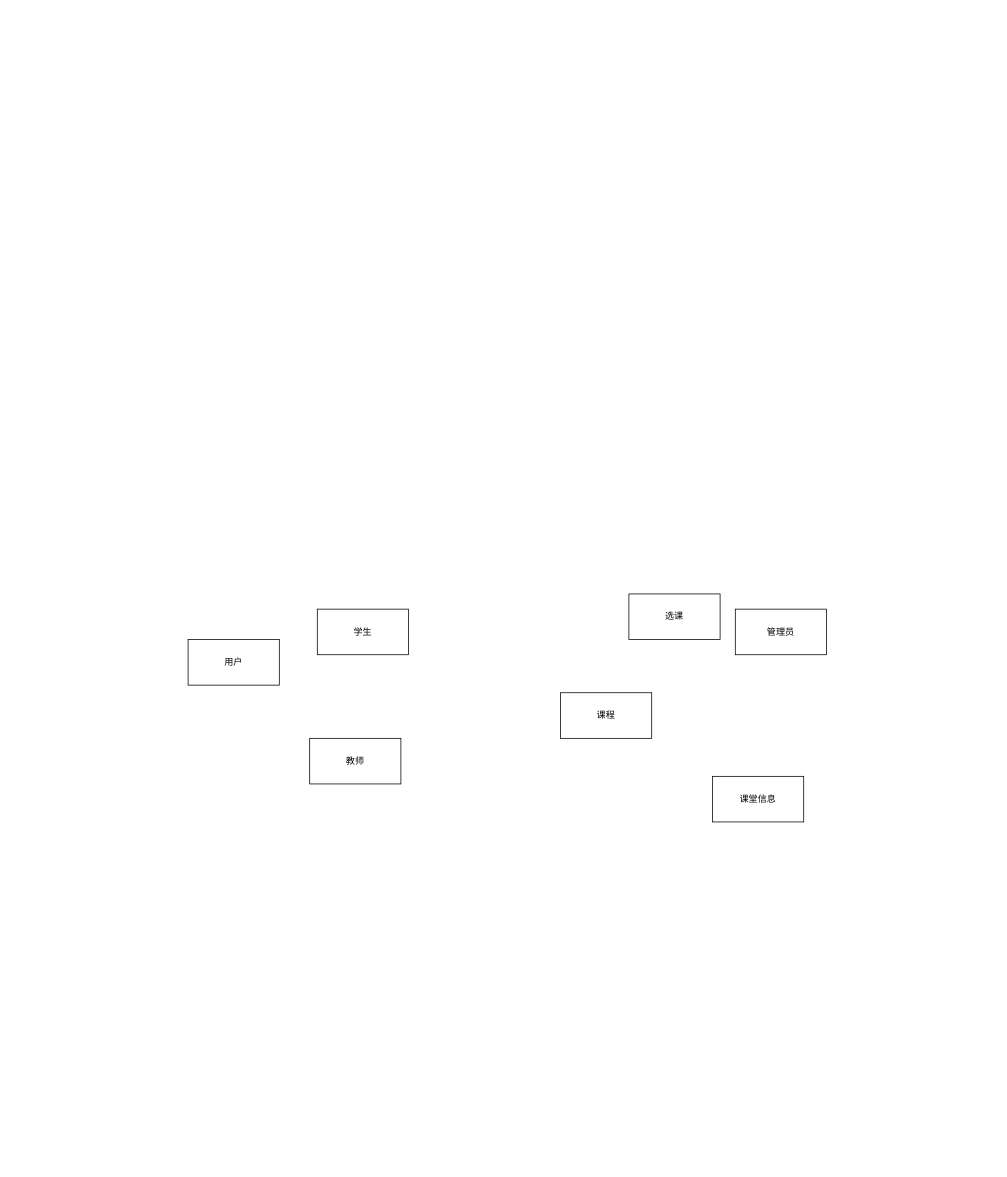
The draw.io diagram moker.drawio in woshilaixuex/moker, before the edit. Source tidied: cells renumbered, new cells numbered last; positions are measured from the earlier drawing's top-left corner, leaving out a move shared by most shapes. Both pictures are drawn from the tidied source at 76%, with x=0, y=0 at pixel (188, 594).
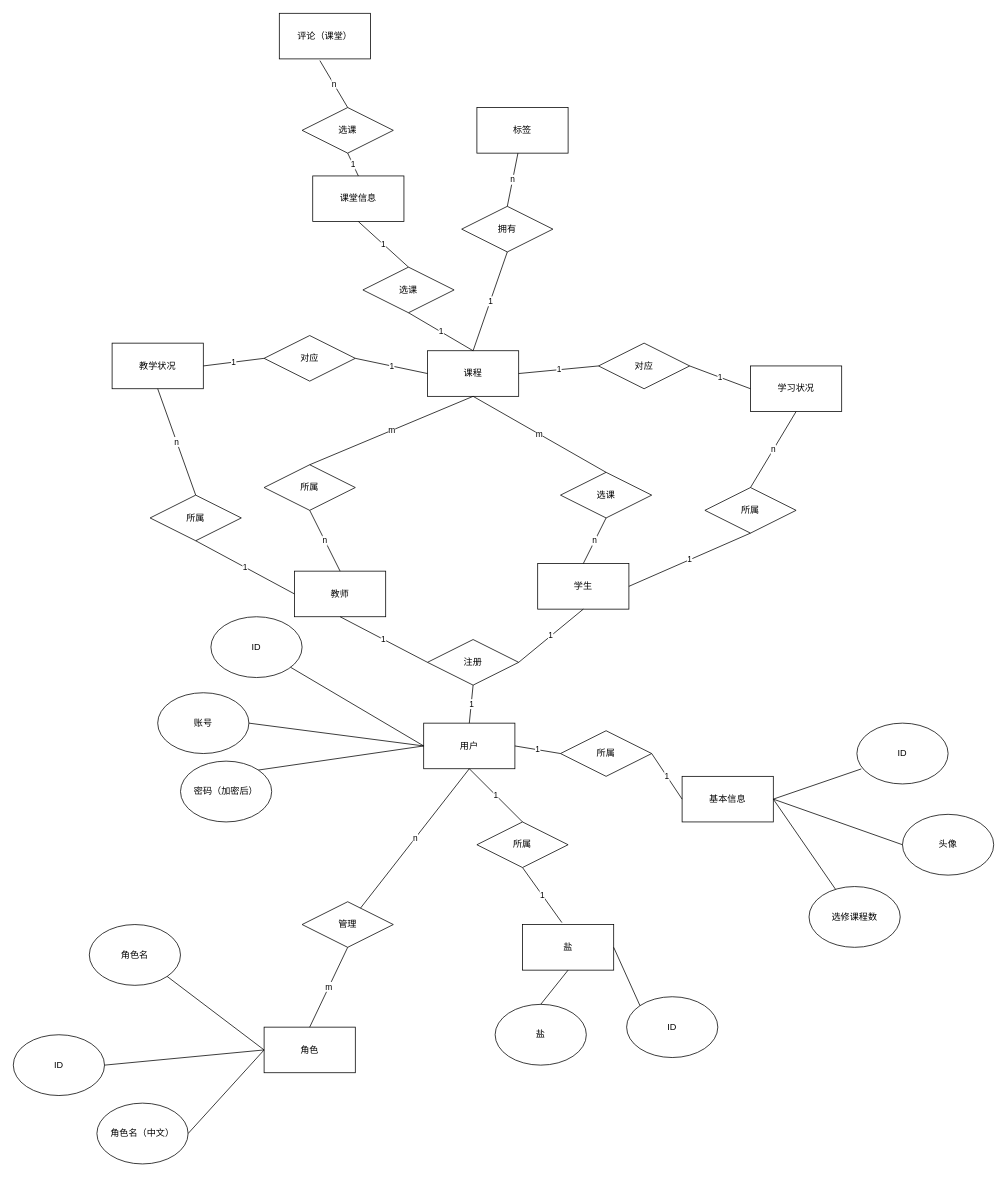
After the change.

Diff of the diagram source:
```diff
@@
     <mxCell id="2" value="学生" style="rounded=0;whiteSpace=wrap;html=1;" parent="1" vertex="1">
-      <mxGeometry x="170" y="20" width="120" height="60" as="geometry" />
+      <mxGeometry x="460" y="-40" width="120" height="60" as="geometry" />
     </mxCell>
     <mxCell id="3" value="教师" style="rounded=0;whiteSpace=wrap;html=1;" parent="1" vertex="1">
-      <mxGeometry x="160" y="190" width="120" height="60" as="geometry" />
+      <mxGeometry x="140" y="-30" width="120" height="60" as="geometry" />
     </mxCell>
-    <mxCell id="4" value="管理员" style="rounded=0;whiteSpace=wrap;html=1;" parent="1" vertex="1">
-      <mxGeometry x="720" y="20" width="120" height="60" as="geometry" />
+    <mxCell id="4" value="角色" style="rounded=0;whiteSpace=wrap;html=1;" parent="1" vertex="1">
+      <mxGeometry x="100" y="570" width="120" height="60" as="geometry" />
     </mxCell>
     <mxCell id="5" value="课程" style="rounded=0;whiteSpace=wrap;html=1;" parent="1" vertex="1">
-      <mxGeometry x="490" y="130" width="120" height="60" as="geometry" />
+      <mxGeometry x="315" y="-320" width="120" height="60" as="geometry" />
     </mxCell>
     <mxCell id="6" value="用户" style="rounded=0;whiteSpace=wrap;html=1;" parent="1" vertex="1">
-      <mxGeometry y="60" width="120" height="60" as="geometry" />
+      <mxGeometry x="310" y="170" width="120" height="60" as="geometry" />
     </mxCell>
-    <mxCell id="7" value="选课" style="rounded=0;whiteSpace=wrap;html=1;" parent="1" vertex="1">
-      <mxGeometry x="580" width="120" height="60" as="geometry" />
-    </mxCell>
     <mxCell id="8" value="课堂信息" style="rounded=0;whiteSpace=wrap;html=1;" parent="1" vertex="1">
-      <mxGeometry x="690" y="240" width="120" height="60" as="geometry" />
+      <mxGeometry x="164" y="-550" width="120" height="60" as="geometry" />
     </mxCell>
+    <mxCell id="9" style="edgeStyle=orthogonalEdgeStyle;rounded=0;jettySize=auto;html=1;curved=1;strokeColor=none;" parent="1" edge="1" source="10" target="5">
+      <mxGeometry relative="1" as="geometry" />
+    </mxCell>
+    <mxCell id="10" value="管理" style="rhombus;whiteSpace=wrap;html=1;" parent="1" vertex="1">
+      <mxGeometry x="150" y="405" width="120" height="60" as="geometry" />
+    </mxCell>
+    <mxCell id="11" value="m" style="endArrow=none;html=1;rounded=0;exitX=0.5;exitY=1;exitDx=0;exitDy=0;entryX=0.5;entryY=0;entryDx=0;entryDy=0;" parent="1" edge="1" source="10" target="4">
+      <mxGeometry relative="1" as="geometry" />
+    </mxCell>
+    <mxCell id="12" value="注册" style="rhombus;whiteSpace=wrap;html=1;" parent="1" vertex="1">
+      <mxGeometry x="315" y="60" width="120" height="60" as="geometry" />
+    </mxCell>
+    <mxCell id="13" value="n" style="endArrow=none;html=1;rounded=0;exitX=0.5;exitY=1;exitDx=0;exitDy=0;" parent="1" edge="1" source="6" target="10">
+      <mxGeometry relative="1" as="geometry" />
+    </mxCell>
+    <mxCell id="14" value="1" style="endArrow=none;html=1;rounded=0;entryX=0.5;entryY=0;entryDx=0;entryDy=0;exitX=0.5;exitY=1;exitDx=0;exitDy=0;" parent="1" edge="1" source="12" target="6">
+      <mxGeometry relative="1" as="geometry" />
+    </mxCell>
+    <mxCell id="15" value="1" style="endArrow=none;html=1;rounded=0;entryX=0.5;entryY=1;entryDx=0;entryDy=0;exitX=1;exitY=0.5;exitDx=0;exitDy=0;" parent="1" edge="1" source="12" target="2">
+      <mxGeometry relative="1" as="geometry" />
+    </mxCell>
+    <mxCell id="16" value="1" style="endArrow=none;html=1;rounded=0;entryX=0.5;entryY=1;entryDx=0;entryDy=0;exitX=0;exitY=0.5;exitDx=0;exitDy=0;" parent="1" edge="1" source="12" target="3">
+      <mxGeometry relative="1" as="geometry" />
+    </mxCell>
+    <mxCell id="17" value="所属" style="rhombus;whiteSpace=wrap;html=1;" parent="1" vertex="1">
+      <mxGeometry x="100" y="-170" width="120" height="60" as="geometry" />
+    </mxCell>
+    <mxCell id="18" value="选课" style="rhombus;whiteSpace=wrap;html=1;" parent="1" vertex="1">
+      <mxGeometry x="490" y="-160" width="120" height="60" as="geometry" />
+    </mxCell>
+    <mxCell id="19" value="m" style="endArrow=none;html=1;rounded=0;entryX=0.5;entryY=1;entryDx=0;entryDy=0;exitX=0.5;exitY=0;exitDx=0;exitDy=0;" parent="1" edge="1" source="17" target="5">
+      <mxGeometry relative="1" as="geometry" />
+    </mxCell>
+    <mxCell id="20" value="n" style="endArrow=none;html=1;rounded=0;exitX=0.5;exitY=1;exitDx=0;exitDy=0;entryX=0.5;entryY=0;entryDx=0;entryDy=0;" parent="1" edge="1" source="17" target="3">
+      <mxGeometry relative="1" as="geometry" />
+    </mxCell>
+    <mxCell id="21" value="m" style="endArrow=none;html=1;rounded=0;entryX=0.5;entryY=1;entryDx=0;entryDy=0;exitX=0.5;exitY=0;exitDx=0;exitDy=0;" parent="1" edge="1" source="18" target="5">
+      <mxGeometry relative="1" as="geometry" />
+    </mxCell>
+    <mxCell id="22" value="n" style="endArrow=none;html=1;rounded=0;entryX=0.5;entryY=0;entryDx=0;entryDy=0;exitX=0.5;exitY=1;exitDx=0;exitDy=0;" parent="1" edge="1" source="18" target="2">
+      <mxGeometry relative="1" as="geometry" />
+    </mxCell>
+    <mxCell id="23" value="选课" style="rhombus;whiteSpace=wrap;html=1;" parent="1" vertex="1">
+      <mxGeometry x="230" y="-430" width="120" height="60" as="geometry" />
+    </mxCell>
+    <mxCell id="24" value="1" style="endArrow=none;html=1;rounded=0;entryX=0.5;entryY=1;entryDx=0;entryDy=0;exitX=0.5;exitY=0;exitDx=0;exitDy=0;" parent="1" edge="1" source="23" target="8">
+      <mxGeometry relative="1" as="geometry" />
+    </mxCell>
+    <mxCell id="25" value="1" style="endArrow=none;html=1;rounded=0;entryX=0.5;entryY=1;entryDx=0;entryDy=0;exitX=0.5;exitY=0;exitDx=0;exitDy=0;" parent="1" edge="1" source="5" target="23">
+      <mxGeometry relative="1" as="geometry" />
+    </mxCell>
+    <mxCell id="26" value="学习状况" style="rounded=0;whiteSpace=wrap;html=1;" parent="1" vertex="1">
+      <mxGeometry x="740" y="-300" width="120" height="60" as="geometry" />
+    </mxCell>
+    <mxCell id="27" value="教学状况" style="rounded=0;whiteSpace=wrap;html=1;" parent="1" vertex="1">
+      <mxGeometry x="-100" y="-330" width="120" height="60" as="geometry" />
+    </mxCell>
+    <mxCell id="28" value="基本信息" style="rounded=0;whiteSpace=wrap;html=1;" parent="1" vertex="1">
+      <mxGeometry x="650" y="240" width="120" height="60" as="geometry" />
+    </mxCell>
+    <mxCell id="29" value="1" style="endArrow=none;html=1;rounded=0;entryX=0;entryY=0.5;entryDx=0;entryDy=0;exitX=1;exitY=0.5;exitDx=0;exitDy=0;" parent="1" edge="1" source="30" target="28">
+      <mxGeometry relative="1" as="geometry" />
+    </mxCell>
+    <mxCell id="30" value="所属" style="rhombus;whiteSpace=wrap;html=1;" parent="1" vertex="1">
+      <mxGeometry x="490" y="180" width="120" height="60" as="geometry" />
+    </mxCell>
+    <mxCell id="31" value="1" style="endArrow=none;html=1;rounded=0;entryX=0;entryY=0.5;entryDx=0;entryDy=0;exitX=1;exitY=0.5;exitDx=0;exitDy=0;" parent="1" edge="1" source="6" target="30">
+      <mxGeometry relative="1" as="geometry" />
+    </mxCell>
+    <mxCell id="32" value="评论（课堂）" style="rounded=0;whiteSpace=wrap;html=1;" parent="1" vertex="1">
+      <mxGeometry x="120" y="-764" width="120" height="60" as="geometry" />
+    </mxCell>
+    <mxCell id="33" value="对应" style="rhombus;whiteSpace=wrap;html=1;" parent="1" vertex="1">
+      <mxGeometry x="100" y="-340" width="120" height="60" as="geometry" />
+    </mxCell>
+    <mxCell id="34" value="对应" style="rhombus;whiteSpace=wrap;html=1;" parent="1" vertex="1">
+      <mxGeometry x="540" y="-330" width="120" height="60" as="geometry" />
+    </mxCell>
+    <mxCell id="35" value="1" style="endArrow=none;html=1;rounded=0;entryX=0;entryY=0.5;entryDx=0;entryDy=0;exitX=1;exitY=0.5;exitDx=0;exitDy=0;" parent="1" edge="1" source="33" target="5">
+      <mxGeometry relative="1" as="geometry" />
+    </mxCell>
+    <mxCell id="36" value="1" style="endArrow=none;html=1;rounded=0;entryX=0;entryY=0.5;entryDx=0;entryDy=0;exitX=1;exitY=0.5;exitDx=0;exitDy=0;" parent="1" edge="1" source="27" target="33">
+      <mxGeometry relative="1" as="geometry" />
+    </mxCell>
+    <mxCell id="37" value="1" style="endArrow=none;html=1;rounded=0;entryX=0;entryY=0.5;entryDx=0;entryDy=0;exitX=1;exitY=0.5;exitDx=0;exitDy=0;" parent="1" edge="1" source="5" target="34">
+      <mxGeometry relative="1" as="geometry" />
+    </mxCell>
+    <mxCell id="38" value="1" style="endArrow=none;html=1;rounded=0;entryX=0;entryY=0.5;entryDx=0;entryDy=0;exitX=1;exitY=0.5;exitDx=0;exitDy=0;" parent="1" edge="1" source="34" target="26">
+      <mxGeometry relative="1" as="geometry" />
+    </mxCell>
+    <mxCell id="39" value="所属" style="rhombus;whiteSpace=wrap;html=1;" parent="1" vertex="1">
+      <mxGeometry x="-50" y="-130" width="120" height="60" as="geometry" />
+    </mxCell>
+    <mxCell id="40" value="所属" style="rhombus;whiteSpace=wrap;html=1;" parent="1" vertex="1">
+      <mxGeometry x="680" y="-140" width="120" height="60" as="geometry" />
+    </mxCell>
+    <mxCell id="41" value="1" style="endArrow=none;html=1;rounded=0;entryX=0.5;entryY=1;entryDx=0;entryDy=0;exitX=1;exitY=0.5;exitDx=0;exitDy=0;" parent="1" edge="1" source="2" target="40">
+      <mxGeometry relative="1" as="geometry" />
+    </mxCell>
+    <mxCell id="42" value="n" style="endArrow=none;html=1;rounded=0;entryX=0.5;entryY=1;entryDx=0;entryDy=0;exitX=0.5;exitY=0;exitDx=0;exitDy=0;" parent="1" edge="1" source="40" target="26">
+      <mxGeometry relative="1" as="geometry" />
+    </mxCell>
+    <mxCell id="43" value="1" style="endArrow=none;html=1;rounded=0;entryX=0.5;entryY=1;entryDx=0;entryDy=0;exitX=0;exitY=0.5;exitDx=0;exitDy=0;" parent="1" edge="1" source="3" target="39">
+      <mxGeometry relative="1" as="geometry" />
+    </mxCell>
+    <mxCell id="44" value="n" style="endArrow=none;html=1;rounded=0;entryX=0.5;entryY=1;entryDx=0;entryDy=0;exitX=0.5;exitY=0;exitDx=0;exitDy=0;" parent="1" edge="1" source="39" target="27">
+      <mxGeometry relative="1" as="geometry" />
+    </mxCell>
+    <mxCell id="45" value="标签" style="rounded=0;whiteSpace=wrap;html=1;" parent="1" vertex="1">
+      <mxGeometry x="380" y="-640" width="120" height="60" as="geometry" />
+    </mxCell>
+    <mxCell id="46" value="拥有" style="rhombus;whiteSpace=wrap;html=1;" parent="1" vertex="1">
+      <mxGeometry x="360" y="-510" width="120" height="60" as="geometry" />
+    </mxCell>
+    <mxCell id="47" value="1" style="endArrow=none;html=1;rounded=0;entryX=0.5;entryY=1;entryDx=0;entryDy=0;exitX=0.5;exitY=0;exitDx=0;exitDy=0;" parent="1" edge="1" source="5" target="46">
+      <mxGeometry relative="1" as="geometry" />
+    </mxCell>
+    <mxCell id="48" value="n" style="endArrow=none;html=1;rounded=0;exitX=0.5;exitY=0;exitDx=0;exitDy=0;" parent="1" edge="1" source="46" target="45">
+      <mxGeometry relative="1" as="geometry" />
+    </mxCell>
+    <mxCell id="49" value="选课" style="rhombus;whiteSpace=wrap;html=1;" parent="1" vertex="1">
+      <mxGeometry x="150" y="-640" width="120" height="60" as="geometry" />
+    </mxCell>
+    <mxCell id="50" value="n" style="endArrow=none;html=1;rounded=0;entryX=0.445;entryY=1.037;entryDx=0;entryDy=0;entryPerimeter=0;exitX=0.5;exitY=0;exitDx=0;exitDy=0;" parent="1" edge="1" source="49" target="32">
+      <mxGeometry relative="1" as="geometry" />
+    </mxCell>
+    <mxCell id="51" value="1" style="endArrow=none;html=1;rounded=0;entryX=0.5;entryY=1;entryDx=0;entryDy=0;exitX=0.5;exitY=0;exitDx=0;exitDy=0;" parent="1" edge="1" source="8" target="49">
+      <mxGeometry relative="1" as="geometry" />
+    </mxCell>
+    <mxCell id="52" value="账号" style="ellipse;whiteSpace=wrap;html=1;" parent="1" vertex="1">
+      <mxGeometry x="-40" y="130" width="120" height="80" as="geometry" />
+    </mxCell>
+    <mxCell id="53" value="ID" style="ellipse;whiteSpace=wrap;html=1;" parent="1" vertex="1">
+      <mxGeometry x="30" y="30" width="120" height="80" as="geometry" />
+    </mxCell>
+    <mxCell id="54" value="密码（加密后）" style="ellipse;whiteSpace=wrap;html=1;" parent="1" vertex="1">
+      <mxGeometry x="-10" y="220" width="120" height="80" as="geometry" />
+    </mxCell>
+    <mxCell id="55" style="endArrow=none;html=1;rounded=0;exitX=0;exitY=0.5;exitDx=0;exitDy=0;" parent="1" edge="1" source="6" target="53">
+      <mxGeometry relative="1" as="geometry" />
+    </mxCell>
+    <mxCell id="56" style="endArrow=none;html=1;rounded=0;entryX=1;entryY=0.5;entryDx=0;entryDy=0;exitX=0;exitY=0.5;exitDx=0;exitDy=0;" parent="1" edge="1" source="6" target="52">
+      <mxGeometry relative="1" as="geometry" />
+    </mxCell>
+    <mxCell id="57" style="endArrow=none;html=1;rounded=0;exitX=1;exitY=0;exitDx=0;exitDy=0;entryX=0;entryY=0.5;entryDx=0;entryDy=0;" parent="1" edge="1" source="54" target="6">
+      <mxGeometry relative="1" as="geometry" />
+    </mxCell>
+    <mxCell id="58" value="盐" style="rounded=0;whiteSpace=wrap;html=1;" parent="1" vertex="1">
+      <mxGeometry x="440" y="435" width="120" height="60" as="geometry" />
+    </mxCell>
+    <mxCell id="59" value="1" style="endArrow=none;html=1;rounded=0;entryX=0.432;entryY=-0.043;entryDx=0;entryDy=0;entryPerimeter=0;exitX=0.5;exitY=1;exitDx=0;exitDy=0;" parent="1" edge="1" source="62" target="58">
+      <mxGeometry relative="1" as="geometry" />
+    </mxCell>
+    <mxCell id="60" value="盐" style="ellipse;whiteSpace=wrap;html=1;" parent="1" vertex="1">
+      <mxGeometry x="404" y="540" width="120" height="80" as="geometry" />
+    </mxCell>
+    <mxCell id="61" value="ID" style="ellipse;whiteSpace=wrap;html=1;" parent="1" vertex="1">
+      <mxGeometry x="577" y="530" width="120" height="80" as="geometry" />
+    </mxCell>
+    <mxCell id="62" value="所属" style="rhombus;whiteSpace=wrap;html=1;" parent="1" vertex="1">
+      <mxGeometry x="380" y="300" width="120" height="60" as="geometry" />
+    </mxCell>
+    <mxCell id="63" value="1" style="endArrow=none;html=1;rounded=0;entryX=0.5;entryY=1;entryDx=0;entryDy=0;exitX=0.5;exitY=0;exitDx=0;exitDy=0;" parent="1" edge="1" source="62" target="6">
+      <mxGeometry relative="1" as="geometry" />
+    </mxCell>
+    <mxCell id="64" style="endArrow=none;html=1;rounded=0;entryX=0;entryY=0;entryDx=0;entryDy=0;exitX=1;exitY=0.5;exitDx=0;exitDy=0;" parent="1" edge="1" source="58" target="61">
+      <mxGeometry relative="1" as="geometry" />
+    </mxCell>
+    <mxCell id="65" style="endArrow=none;html=1;rounded=0;entryX=0.5;entryY=1;entryDx=0;entryDy=0;exitX=0.5;exitY=0;exitDx=0;exitDy=0;" parent="1" edge="1" source="60" target="58">
+      <mxGeometry relative="1" as="geometry" />
+    </mxCell>
+    <mxCell id="66" value="角色名（中文）" style="ellipse;whiteSpace=wrap;html=1;" parent="1" vertex="1">
+      <mxGeometry x="-120" y="670" width="120" height="80" as="geometry" />
+    </mxCell>
+    <mxCell id="67" value="角色名" style="ellipse;whiteSpace=wrap;html=1;" parent="1" vertex="1">
+      <mxGeometry x="-130" y="435" width="120" height="80" as="geometry" />
+    </mxCell>
+    <mxCell id="68" style="endArrow=none;html=1;rounded=0;exitX=1;exitY=1;exitDx=0;exitDy=0;entryX=0;entryY=0.5;entryDx=0;entryDy=0;" parent="1" edge="1" source="67" target="4">
+      <mxGeometry relative="1" as="geometry" />
+    </mxCell>
+    <mxCell id="69" style="endArrow=none;html=1;rounded=0;entryX=0;entryY=0.5;entryDx=0;entryDy=0;exitX=1;exitY=0.5;exitDx=0;exitDy=0;" parent="1" edge="1" source="66" target="4">
+      <mxGeometry relative="1" as="geometry" />
+    </mxCell>
+    <mxCell id="70" value="ID" style="ellipse;whiteSpace=wrap;html=1;" parent="1" vertex="1">
+      <mxGeometry x="-230" y="580" width="120" height="80" as="geometry" />
+    </mxCell>
+    <mxCell id="71" style="endArrow=none;html=1;rounded=0;entryX=0;entryY=0.5;entryDx=0;entryDy=0;exitX=1;exitY=0.5;exitDx=0;exitDy=0;" parent="1" edge="1" source="70" target="4">
+      <mxGeometry relative="1" as="geometry" />
+    </mxCell>
+    <mxCell id="72" value="ID" style="ellipse;whiteSpace=wrap;html=1;" parent="1" vertex="1">
+      <mxGeometry x="880" y="170" width="120" height="80" as="geometry" />
+    </mxCell>
+    <mxCell id="73" style="endArrow=none;html=1;rounded=0;entryX=0.048;entryY=0.753;entryDx=0;entryDy=0;entryPerimeter=0;exitX=1;exitY=0.5;exitDx=0;exitDy=0;" parent="1" edge="1" source="28" target="72">
+      <mxGeometry relative="1" as="geometry" />
+    </mxCell>
+    <mxCell id="74" value="头像" style="ellipse;whiteSpace=wrap;html=1;" parent="1" vertex="1">
+      <mxGeometry x="940" y="290" width="120" height="80" as="geometry" />
+    </mxCell>
+    <mxCell id="75" style="endArrow=none;html=1;rounded=0;entryX=0;entryY=0.5;entryDx=0;entryDy=0;exitX=1;exitY=0.5;exitDx=0;exitDy=0;" parent="1" edge="1" source="28" target="74">
+      <mxGeometry relative="1" as="geometry" />
+    </mxCell>
+    <mxCell id="76" value="选修课程数" style="ellipse;whiteSpace=wrap;html=1;" parent="1" vertex="1">
+      <mxGeometry x="817" y="385" width="120" height="80" as="geometry" />
+    </mxCell>
+    <mxCell id="77" style="endArrow=none;html=1;rounded=0;exitX=1;exitY=0.5;exitDx=0;exitDy=0;" parent="1" edge="1" source="28" target="76">
+      <mxGeometry relative="1" as="geometry" />
+    </mxCell>
```
